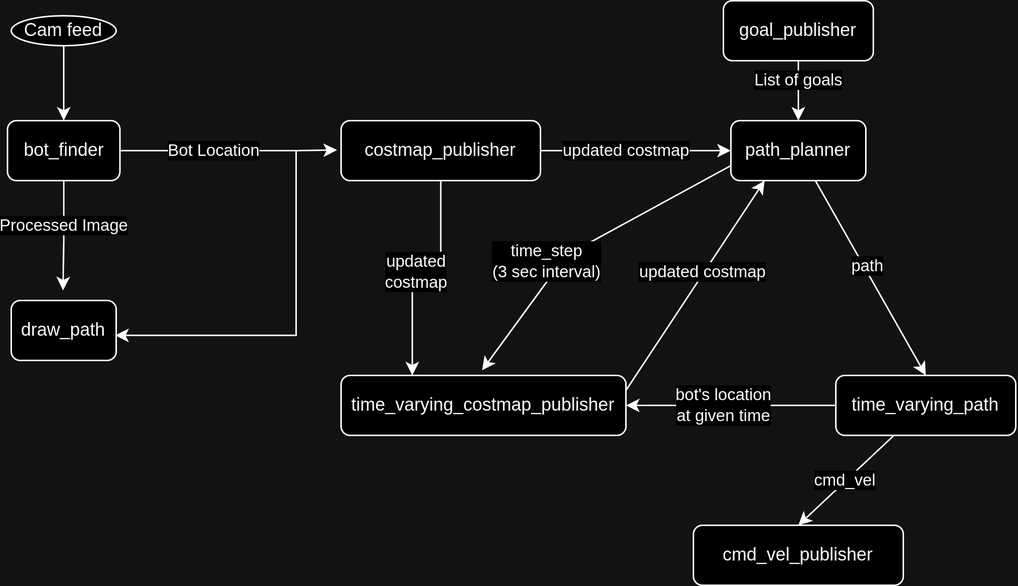
Above: diag.png in ohmvaghela/Flipkart-GRiD-3.0 (draw.io), before the change. Source tidied: cells renumbered, new cells last; positions are measured from the earlier drawing's top-left corner, leaving out a move shared by most shapes.
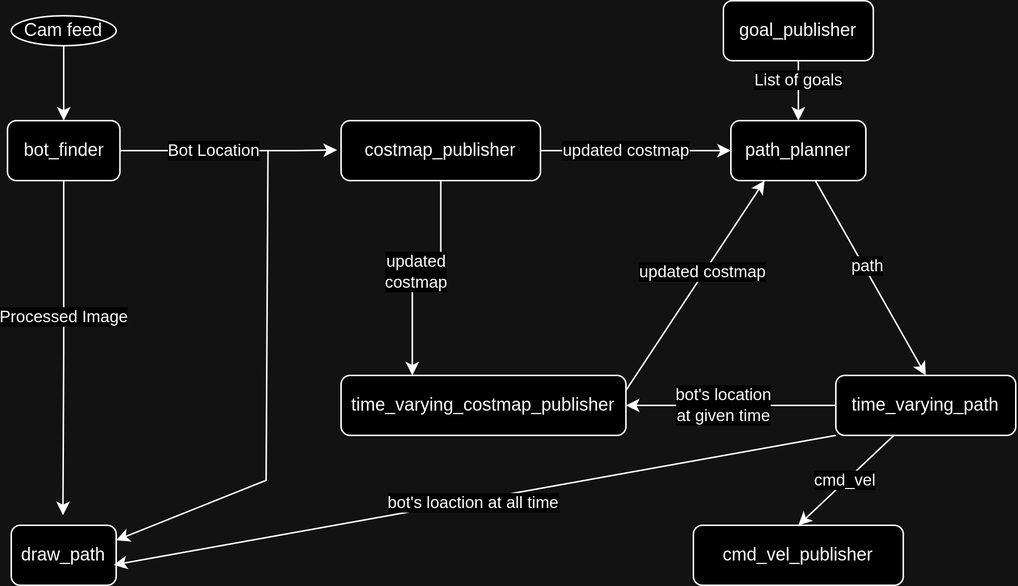
The same diagram one commit later.

The edit, as a diff of the source:
```diff
@@ -47,7 +47,7 @@
       <mxGeometry x="482" y="80" width="90" height="40" as="geometry" />
     </mxCell>
     <mxCell id="15" value="draw_path" style="rounded=1;whiteSpace=wrap;html=1;" parent="1" vertex="1">
-      <mxGeometry x="2" y="200" width="70" height="40" as="geometry" />
+      <mxGeometry x="2" y="350" width="70" height="40" as="geometry" />
     </mxCell>
     <mxCell id="16" style="edgeStyle=orthogonalEdgeStyle;rounded=0;jettySize=auto;html=1;entryX=0;entryY=0.5;entryDx=0;entryDy=0;" parent="1" edge="1" source="20" target="14">
       <mxGeometry relative="1" as="geometry" />
@@ -76,12 +76,11 @@
     <mxCell id="21" value="cmd_vel_publisher" style="rounded=1;whiteSpace=wrap;html=1;" parent="1" vertex="1">
       <mxGeometry x="457" y="350" width="140" height="40" as="geometry" />
     </mxCell>
-    <mxCell id="22" style="edgeStyle=orthogonalEdgeStyle;rounded=0;jettySize=auto;html=1;entryX=0.99;entryY=0.582;entryDx=0;entryDy=0;entryPerimeter=0;" parent="1" edge="1" target="15">
+    <mxCell id="22" style="rounded=0;jettySize=auto;html=1;entryX=1;entryY=0.25;entryDx=0;entryDy=0;" parent="1" edge="1" target="15">
       <mxGeometry relative="1" as="geometry">
         <mxPoint x="173.2" y="100" as="sourcePoint" />
         <Array as="points">
-          <mxPoint x="192" y="100" />
-          <mxPoint x="192" y="223" />
+          <mxPoint x="172" y="320" />
         </Array>
       </mxGeometry>
     </mxCell>
@@ -96,18 +95,6 @@
     <mxCell id="25" value="time_varying_costmap_publisher" style="rounded=1;whiteSpace=wrap;html=1;" parent="1" vertex="1">
       <mxGeometry x="222" y="250" width="190" height="40" as="geometry" />
     </mxCell>
-    <mxCell id="26" style="rounded=0;jettySize=auto;html=1;exitX=0;exitY=0.75;exitDx=0;exitDy=0;entryX=0.495;entryY=-0.085;entryDx=0;entryDy=0;entryPerimeter=0;" parent="1" edge="1" source="14" target="25">
-      <mxGeometry relative="1" as="geometry">
-        <Array as="points">
-          <mxPoint x="372" y="170" />
-        </Array>
-      </mxGeometry>
-    </mxCell>
-    <mxCell id="27" value="time_step&lt;br&gt;(3 sec interval)" style="edgeLabel;html=1;align=center;verticalAlign=middle;" parent="26" vertex="1">
-      <mxGeometry x="0.1" y="-1" relative="1" as="geometry">
-        <mxPoint x="-17" y="7" as="offset" />
-      </mxGeometry>
-    </mxCell>
     <mxCell id="28" style="edgeStyle=none;rounded=0;jettySize=auto;html=1;" parent="1" edge="1" source="32" target="25">
       <mxGeometry relative="1" as="geometry" />
     </mxCell>
@@ -122,6 +109,12 @@
     <mxCell id="31" value="cmd_vel" style="edgeLabel;html=1;align=center;verticalAlign=middle;" parent="30" vertex="1">
       <mxGeometry y="-1" relative="1" as="geometry" />
     </mxCell>
+    <mxCell id="33" style="edgeStyle=none;rounded=0;jettySize=auto;html=1;exitX=0;exitY=1;exitDx=0;exitDy=0;entryX=0.976;entryY=0.661;entryDx=0;entryDy=0;entryPerimeter=0;" parent="1" edge="1" source="32" target="15">
+      <mxGeometry relative="1" as="geometry" />
+    </mxCell>
+    <mxCell id="34" value="bot's loaction at all time" style="edgeLabel;html=1;align=center;verticalAlign=middle;" parent="33" vertex="1">
+      <mxGeometry x="0.01" y="1" relative="1" as="geometry" />
+    </mxCell>
     <mxCell id="32" value="time_varying_path" style="rounded=1;whiteSpace=wrap;html=1;" parent="1" vertex="1">
       <mxGeometry x="552" y="250" width="120" height="40" as="geometry" />
     </mxCell>
```
